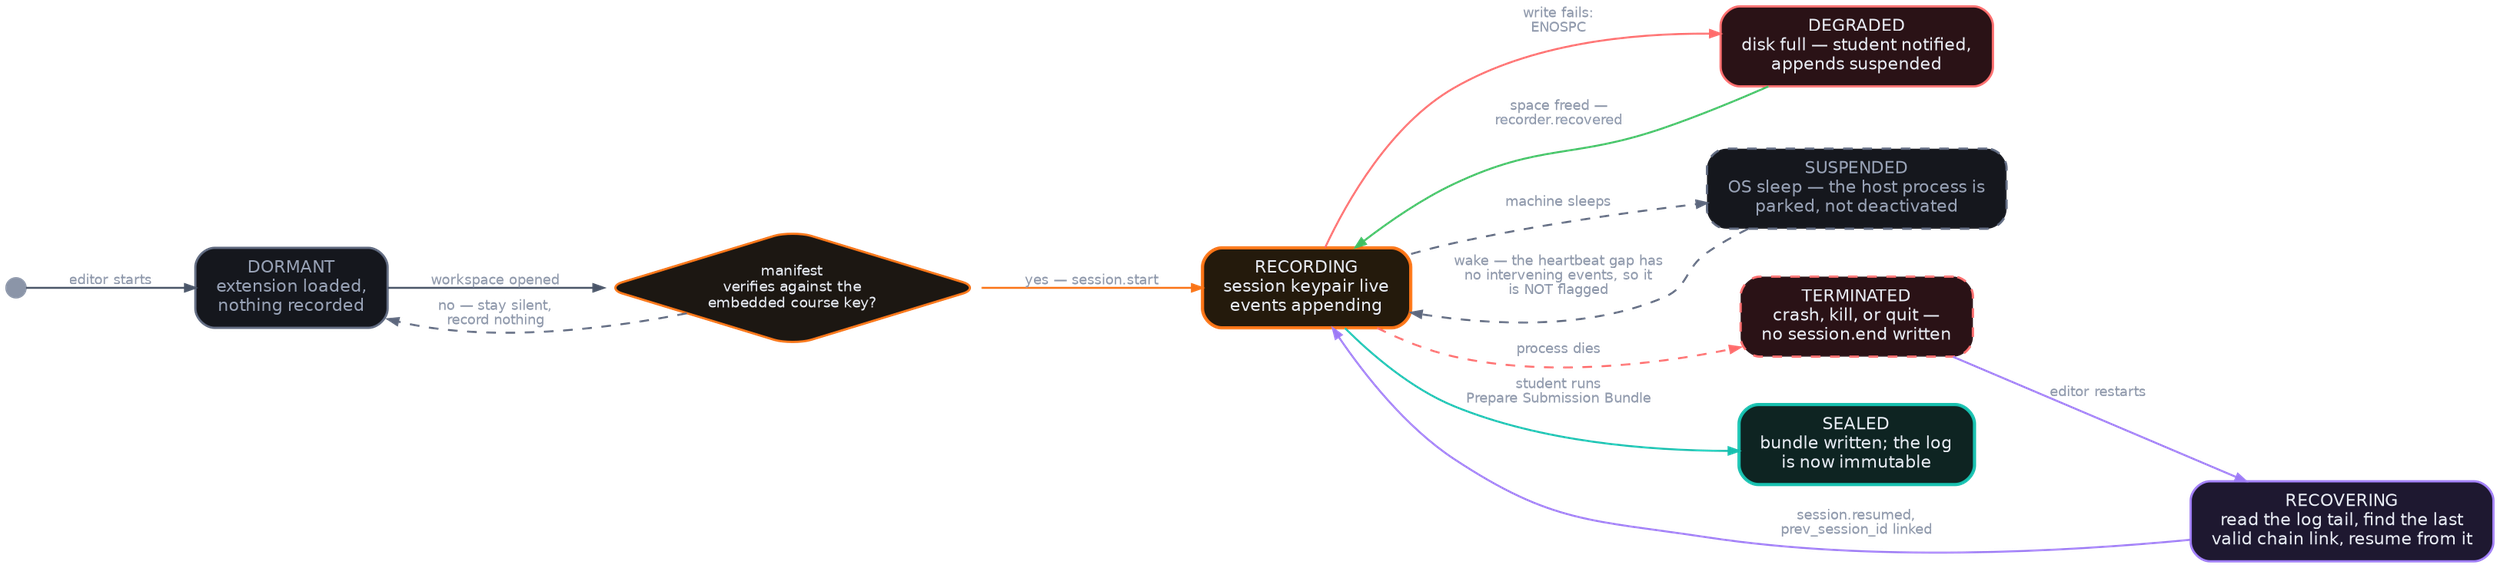
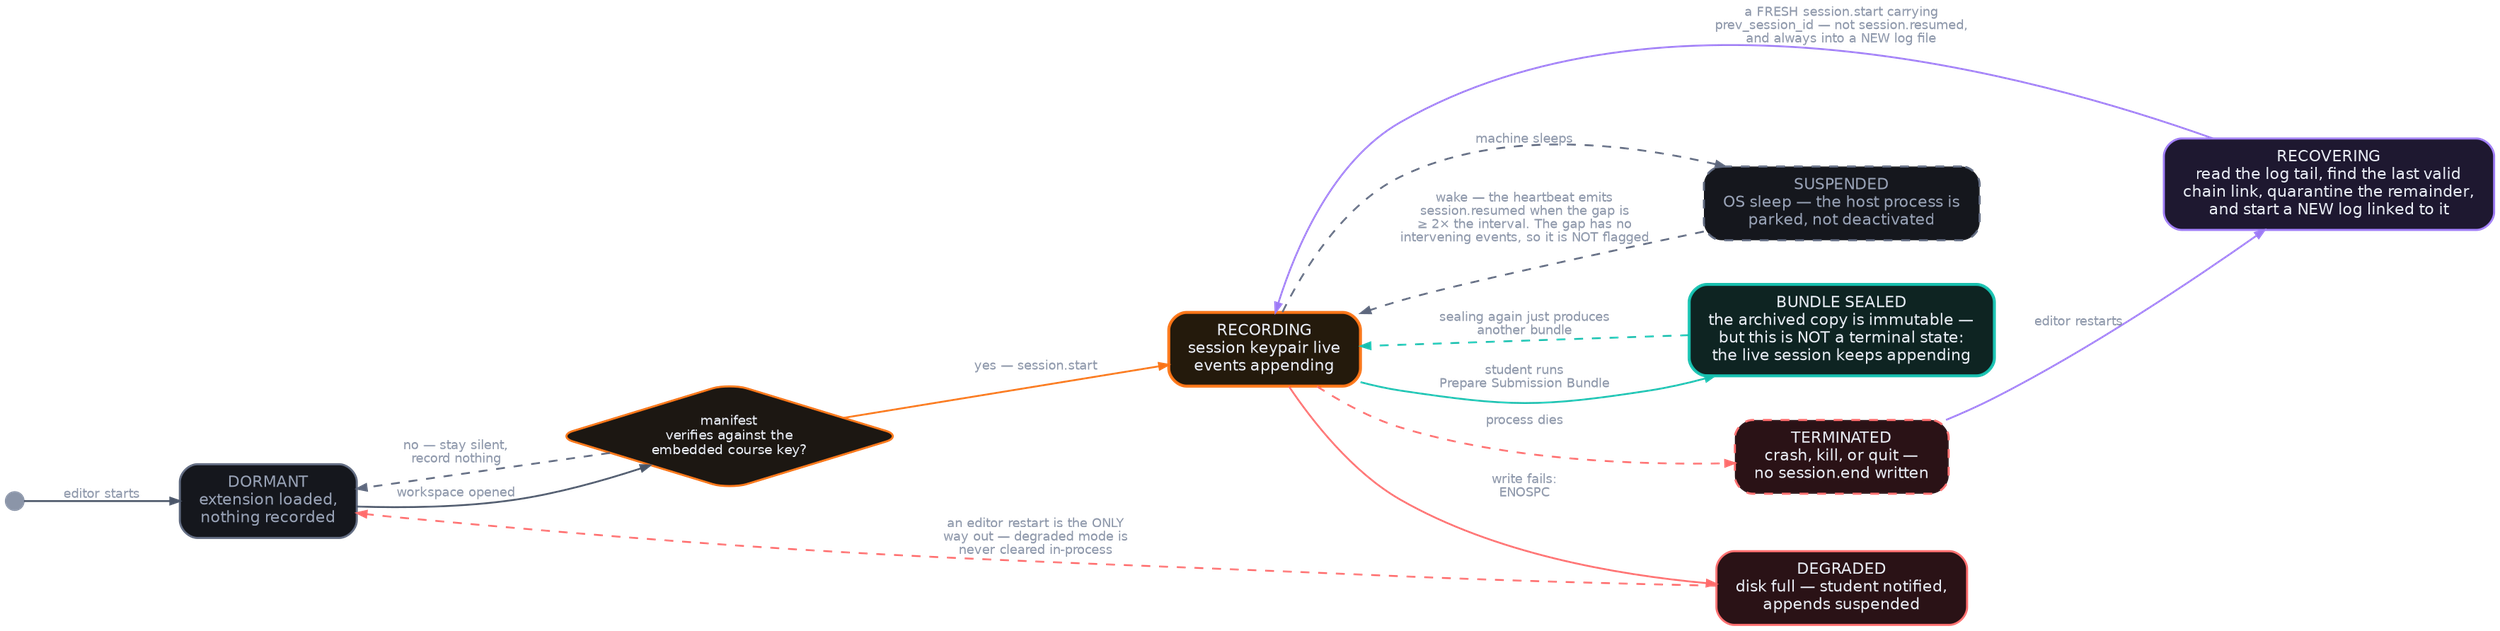
digraph state {
  bgcolor="transparent" rankdir=LR splines=spline
  nodesep=0.42 ranksep=0.75 fontname="Helvetica"
  node [shape=box style="filled,rounded" fontname="Helvetica" fontsize=10.5
        fontcolor="#e8ecf4" fillcolor="#161b26" color="#3a4457" penwidth=1.4
        margin="0.18,0.10"]
  edge [fontname="Helvetica" fontsize=8.5 fontcolor="#8b95a8"
        color="#4a5568" arrowsize=0.65 penwidth=1.2]

  start [label="" shape=circle width=0.17 style=filled fillcolor="#8b95a8" color="#8b95a8"]

  dormant [label="DORMANT\nextension loaded,\nnothing recorded"
           fillcolor="#15171d" color="#5d677d" fontcolor="#98a2b6"]

  verify  [label="manifest\nverifies against the\nembedded course key?"
           shape=diamond fillcolor="#1c1712" color="#F97316" fontsize=9 height=1.0 width=2.0]

  recording [label="RECORDING\nsession keypair live\nevents appending"
             fillcolor="#241a0c" color="#F97316" penwidth=2.0]

  degraded [label="DEGRADED\ndisk full — student notified,\nappends suspended"
            fillcolor="#2a1216" color="#ff6b6b"]

  suspended [label="SUSPENDED\nOS sleep — the host process is\nparked, not deactivated"
             fillcolor="#15171d" color="#5d677d" fontcolor="#98a2b6" style="filled,rounded,dashed"]

  crashed [label="TERMINATED\ncrash, kill, or quit —\nno session.end written"
           fillcolor="#2a1216" color="#ff6b6b" style="filled,rounded,dashed"]

-   recover [label="RECOVERING\nread the log tail, find the last\nvalid chain link, resume from it"
+   recover [label="RECOVERING\nread the log tail, find the last valid\nchain link, quarantine the remainder,\nand start a NEW log linked to it"
           fillcolor="#1e1830" color="#9d7bf5"]

-   sealed  [label="SEALED\nbundle written; the log\nis now immutable"
+   sealed  [label="BUNDLE SEALED\nthe archived copy is immutable —\nbut this is NOT a terminal state:\nthe live session keeps appending"
           fillcolor="#0e2422" color="#17bfae" penwidth=2.0]

  start     -> dormant  [label="editor starts"]
  dormant   -> verify   [label="workspace opened"]
  verify    -> dormant  [label="no — stay silent,\nrecord nothing" color="#5d677d" style=dashed]
  verify    -> recording[label="yes — session.start" color="#F97316"]

  recording -> suspended[label="machine sleeps" color="#5d677d" style=dashed]
-   suspended -> recording[label="wake — the heartbeat gap has\nno intervening events, so it\nis NOT flagged" color="#5d677d" style=dashed]
+   suspended -> recording[label="wake — the heartbeat emits\nsession.resumed when the gap is\n≥ 2× the interval. The gap has no\nintervening events, so it is NOT flagged"
+                          color="#5d677d" style=dashed]

  recording -> degraded [label="write fails:\nENOSPC" color="#ff6b6b"]
-   degraded  -> recording[label="space freed —\nrecorder.recovered" color="#3fbf62"]
+   degraded  -> dormant  [label="an editor restart is the ONLY\nway out — degraded mode is\nnever cleared in-process"
+                          color="#ff6b6b" style=dashed]

  recording -> crashed  [label="process dies" color="#ff6b6b" style=dashed]
  crashed   -> recover  [label="editor restarts" color="#9d7bf5"]
-   recover   -> recording[label="session.resumed,\nprev_session_id linked" color="#9d7bf5"]
+   recover   -> recording[label="a FRESH session.start carrying\nprev_session_id — not session.resumed,\nand always into a NEW log file"
+                          color="#9d7bf5"]

  recording -> sealed   [label="student runs\nPrepare Submission Bundle" color="#17bfae"]
+   sealed    -> recording[label="sealing again just produces\nanother bundle" color="#17bfae" style=dashed]

  { rank=same; suspended; degraded }
}
